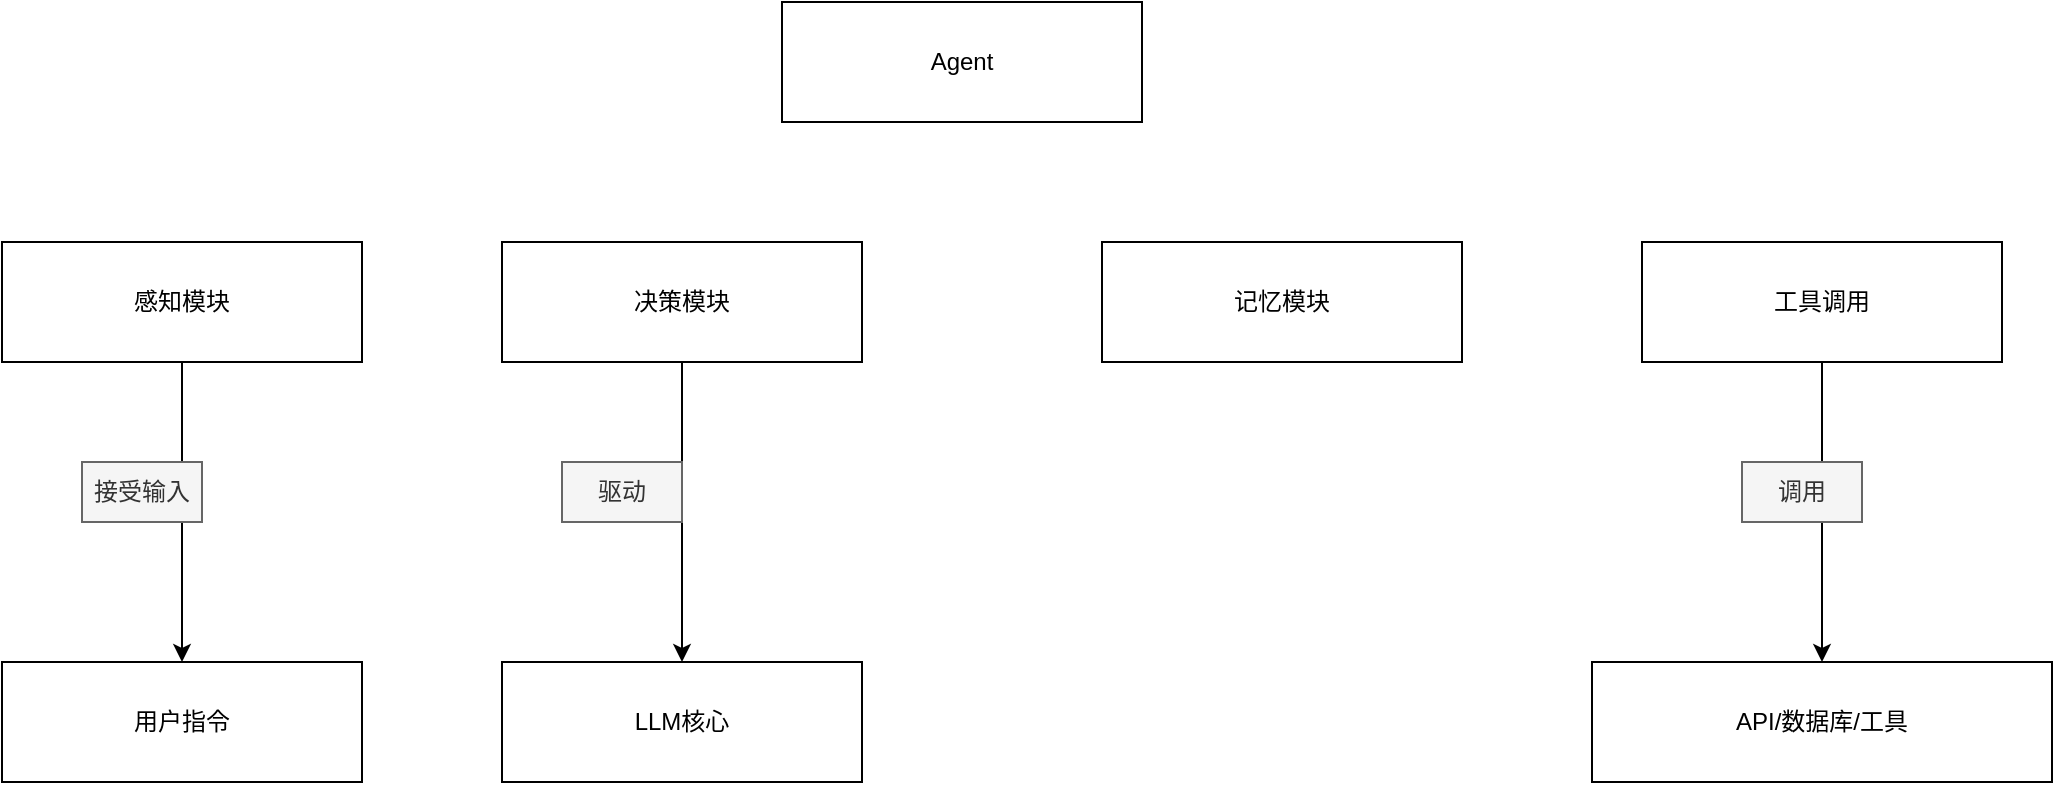
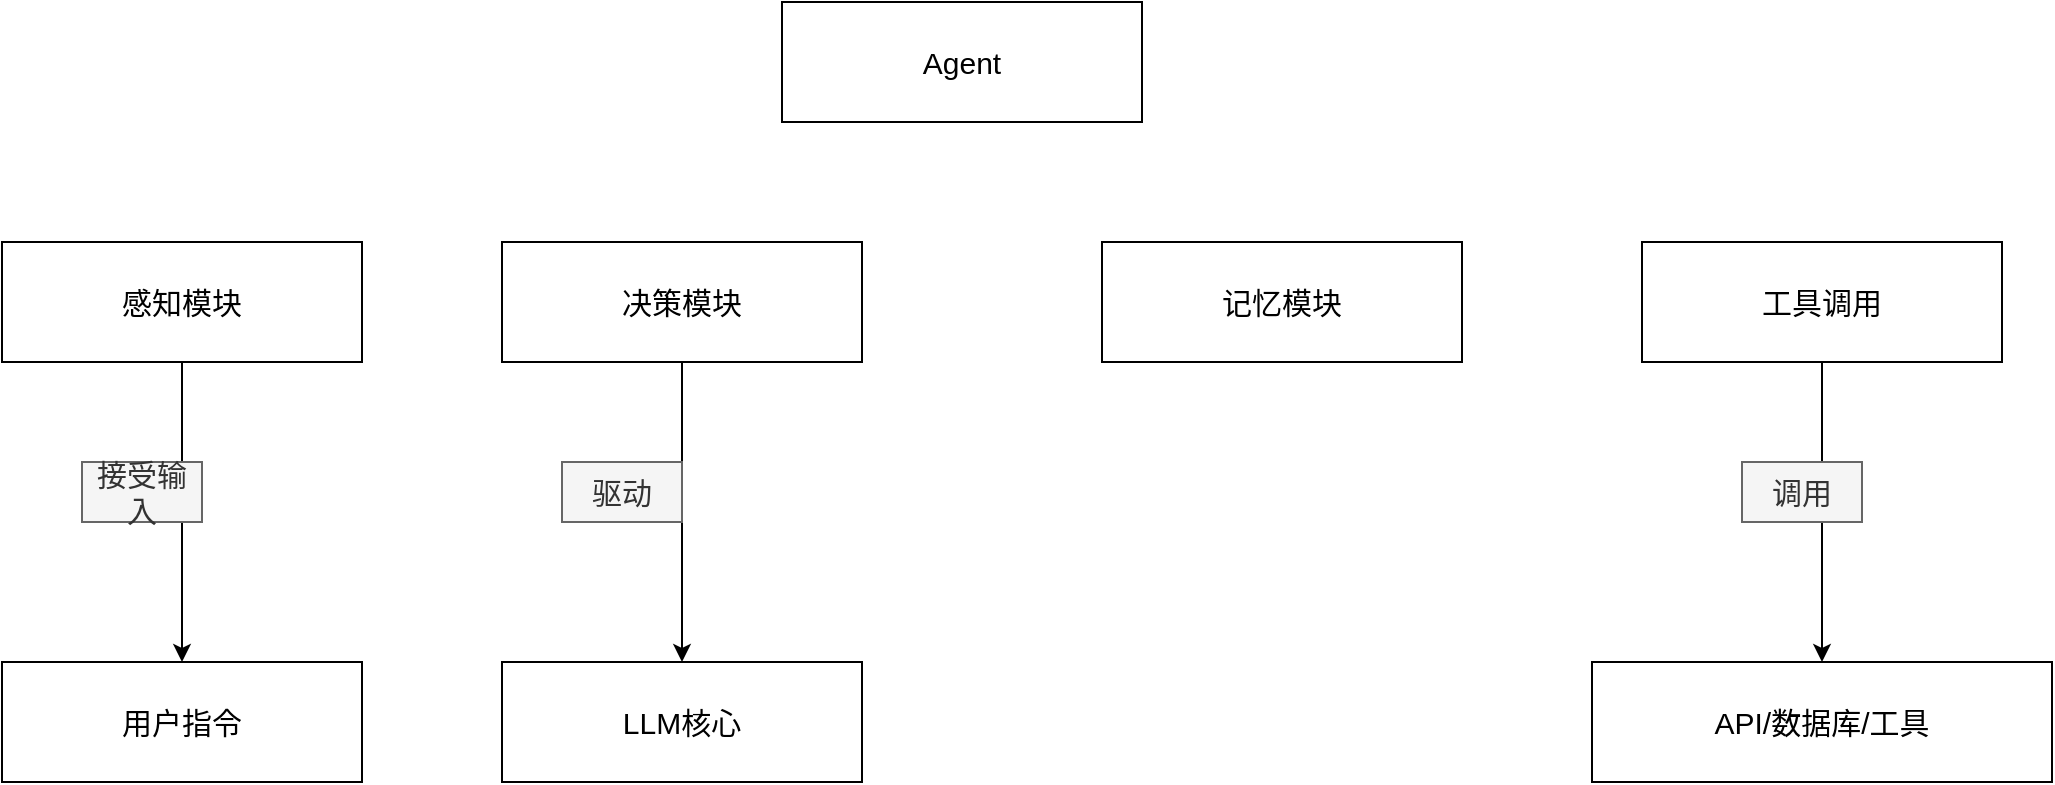
<mxfile host="app.diagrams.net">
  <diagram name="第 1 页" id="bPVzlkbhWvSoOJEPzTIg">
    <mxGraphModel dx="2241" dy="751" grid="1" gridSize="10" guides="1" tooltips="1" connect="1" arrows="1" fold="1" page="1" pageScale="1" pageWidth="827" pageHeight="1169" math="0" shadow="0">
      <root>
        <mxCell id="0" />
        <mxCell id="1" parent="0" />
-         <mxCell id="gLCEh18z237ShsNpVDyn-1" parent="1" style="rounded=0;whiteSpace=wrap;html=1;" value="Agent" vertex="1">
+         <mxCell id="gLCEh18z237ShsNpVDyn-1" parent="1" style="rounded=0;whiteSpace=wrap;html=1;fontSize=15;" value="Agent" vertex="1">
          <mxGeometry height="60" width="180" x="310" y="120" as="geometry" />
        </mxCell>
-         <mxCell id="gLCEh18z237ShsNpVDyn-9" edge="1" parent="1" source="gLCEh18z237ShsNpVDyn-2" style="edgeStyle=orthogonalEdgeStyle;rounded=0;orthogonalLoop=1;jettySize=auto;html=1;" target="gLCEh18z237ShsNpVDyn-6">
+         <mxCell id="gLCEh18z237ShsNpVDyn-9" edge="1" parent="1" source="gLCEh18z237ShsNpVDyn-2" style="edgeStyle=orthogonalEdgeStyle;rounded=0;orthogonalLoop=1;jettySize=auto;html=1;fontSize=15;" target="gLCEh18z237ShsNpVDyn-6">
          <mxGeometry relative="1" as="geometry" />
        </mxCell>
-         <mxCell id="gLCEh18z237ShsNpVDyn-2" parent="1" style="rounded=0;whiteSpace=wrap;html=1;" value="感知模块" vertex="1">
+         <mxCell id="gLCEh18z237ShsNpVDyn-2" parent="1" style="rounded=0;whiteSpace=wrap;html=1;fontSize=15;" value="感知模块" vertex="1">
          <mxGeometry height="60" width="180" x="-80" y="240" as="geometry" />
        </mxCell>
-         <mxCell id="gLCEh18z237ShsNpVDyn-10" edge="1" parent="1" source="gLCEh18z237ShsNpVDyn-3" style="edgeStyle=orthogonalEdgeStyle;rounded=0;orthogonalLoop=1;jettySize=auto;html=1;entryX=0.5;entryY=0;entryDx=0;entryDy=0;" target="gLCEh18z237ShsNpVDyn-7">
+         <mxCell id="gLCEh18z237ShsNpVDyn-10" edge="1" parent="1" source="gLCEh18z237ShsNpVDyn-3" style="edgeStyle=orthogonalEdgeStyle;rounded=0;orthogonalLoop=1;jettySize=auto;html=1;entryX=0.5;entryY=0;entryDx=0;entryDy=0;fontSize=15;" target="gLCEh18z237ShsNpVDyn-7">
          <mxGeometry relative="1" as="geometry" />
        </mxCell>
-         <mxCell id="gLCEh18z237ShsNpVDyn-3" parent="1" style="rounded=0;whiteSpace=wrap;html=1;" value="决策模块" vertex="1">
+         <mxCell id="gLCEh18z237ShsNpVDyn-3" parent="1" style="rounded=0;whiteSpace=wrap;html=1;fontSize=15;" value="决策模块" vertex="1">
          <mxGeometry height="60" width="180" x="170" y="240" as="geometry" />
        </mxCell>
-         <mxCell id="gLCEh18z237ShsNpVDyn-4" parent="1" style="rounded=0;whiteSpace=wrap;html=1;" value="记忆模块" vertex="1">
+         <mxCell id="gLCEh18z237ShsNpVDyn-4" parent="1" style="rounded=0;whiteSpace=wrap;html=1;fontSize=15;" value="记忆模块" vertex="1">
          <mxGeometry height="60" width="180" x="470" y="240" as="geometry" />
        </mxCell>
-         <mxCell id="gLCEh18z237ShsNpVDyn-11" edge="1" parent="1" source="gLCEh18z237ShsNpVDyn-5" style="edgeStyle=orthogonalEdgeStyle;rounded=0;orthogonalLoop=1;jettySize=auto;html=1;entryX=0.5;entryY=0;entryDx=0;entryDy=0;" target="gLCEh18z237ShsNpVDyn-8">
+         <mxCell id="gLCEh18z237ShsNpVDyn-11" edge="1" parent="1" source="gLCEh18z237ShsNpVDyn-5" style="edgeStyle=orthogonalEdgeStyle;rounded=0;orthogonalLoop=1;jettySize=auto;html=1;entryX=0.5;entryY=0;entryDx=0;entryDy=0;fontSize=15;" target="gLCEh18z237ShsNpVDyn-8">
          <mxGeometry relative="1" as="geometry" />
        </mxCell>
-         <mxCell id="gLCEh18z237ShsNpVDyn-5" parent="1" style="rounded=0;whiteSpace=wrap;html=1;" value="工具调用" vertex="1">
+         <mxCell id="gLCEh18z237ShsNpVDyn-5" parent="1" style="rounded=0;whiteSpace=wrap;html=1;fontSize=15;" value="工具调用" vertex="1">
          <mxGeometry height="60" width="180" x="740" y="240" as="geometry" />
        </mxCell>
-         <mxCell id="gLCEh18z237ShsNpVDyn-6" parent="1" style="rounded=0;whiteSpace=wrap;html=1;" value="用户指令" vertex="1">
+         <mxCell id="gLCEh18z237ShsNpVDyn-6" parent="1" style="rounded=0;whiteSpace=wrap;html=1;fontSize=15;" value="用户指令" vertex="1">
          <mxGeometry height="60" width="180" x="-80" y="450" as="geometry" />
        </mxCell>
-         <mxCell id="gLCEh18z237ShsNpVDyn-7" parent="1" style="rounded=0;whiteSpace=wrap;html=1;" value="LLM核心" vertex="1">
+         <mxCell id="gLCEh18z237ShsNpVDyn-7" parent="1" style="rounded=0;whiteSpace=wrap;html=1;fontSize=15;" value="LLM核心" vertex="1">
          <mxGeometry height="60" width="180" x="170" y="450" as="geometry" />
        </mxCell>
-         <mxCell id="gLCEh18z237ShsNpVDyn-8" parent="1" style="rounded=0;whiteSpace=wrap;html=1;" value="API/数据库/工具" vertex="1">
+         <mxCell id="gLCEh18z237ShsNpVDyn-8" parent="1" style="rounded=0;whiteSpace=wrap;html=1;fontSize=15;" value="API/数据库/工具" vertex="1">
          <mxGeometry height="60" width="230" x="715" y="450" as="geometry" />
        </mxCell>
-         <mxCell id="gLCEh18z237ShsNpVDyn-12" parent="1" style="text;html=1;whiteSpace=wrap;strokeColor=#666666;fillColor=#f5f5f5;align=center;verticalAlign=middle;rounded=0;fontColor=#333333;" value="接受输入" vertex="1">
+         <mxCell id="gLCEh18z237ShsNpVDyn-12" parent="1" style="text;html=1;whiteSpace=wrap;strokeColor=#666666;fillColor=#f5f5f5;align=center;verticalAlign=middle;rounded=0;fontColor=#333333;fontSize=15;" value="接受输入" vertex="1">
          <mxGeometry height="30" width="60" x="-40" y="350" as="geometry" />
        </mxCell>
-         <mxCell id="gLCEh18z237ShsNpVDyn-14" parent="1" style="text;html=1;whiteSpace=wrap;strokeColor=#666666;fillColor=#f5f5f5;align=center;verticalAlign=middle;rounded=0;fontColor=#333333;" value="驱动" vertex="1">
+         <mxCell id="gLCEh18z237ShsNpVDyn-14" parent="1" style="text;html=1;whiteSpace=wrap;strokeColor=#666666;fillColor=#f5f5f5;align=center;verticalAlign=middle;rounded=0;fontColor=#333333;fontSize=15;" value="驱动" vertex="1">
          <mxGeometry height="30" width="60" x="200" y="350" as="geometry" />
        </mxCell>
-         <mxCell id="gLCEh18z237ShsNpVDyn-15" parent="1" style="text;html=1;whiteSpace=wrap;strokeColor=#666666;fillColor=#f5f5f5;align=center;verticalAlign=middle;rounded=0;fontColor=#333333;" value="调用" vertex="1">
+         <mxCell id="gLCEh18z237ShsNpVDyn-15" parent="1" style="text;html=1;whiteSpace=wrap;strokeColor=#666666;fillColor=#f5f5f5;align=center;verticalAlign=middle;rounded=0;fontColor=#333333;fontSize=15;" value="调用" vertex="1">
          <mxGeometry height="30" width="60" x="790" y="350" as="geometry" />
        </mxCell>
      </root>
    </mxGraphModel>
  </diagram>
</mxfile>
